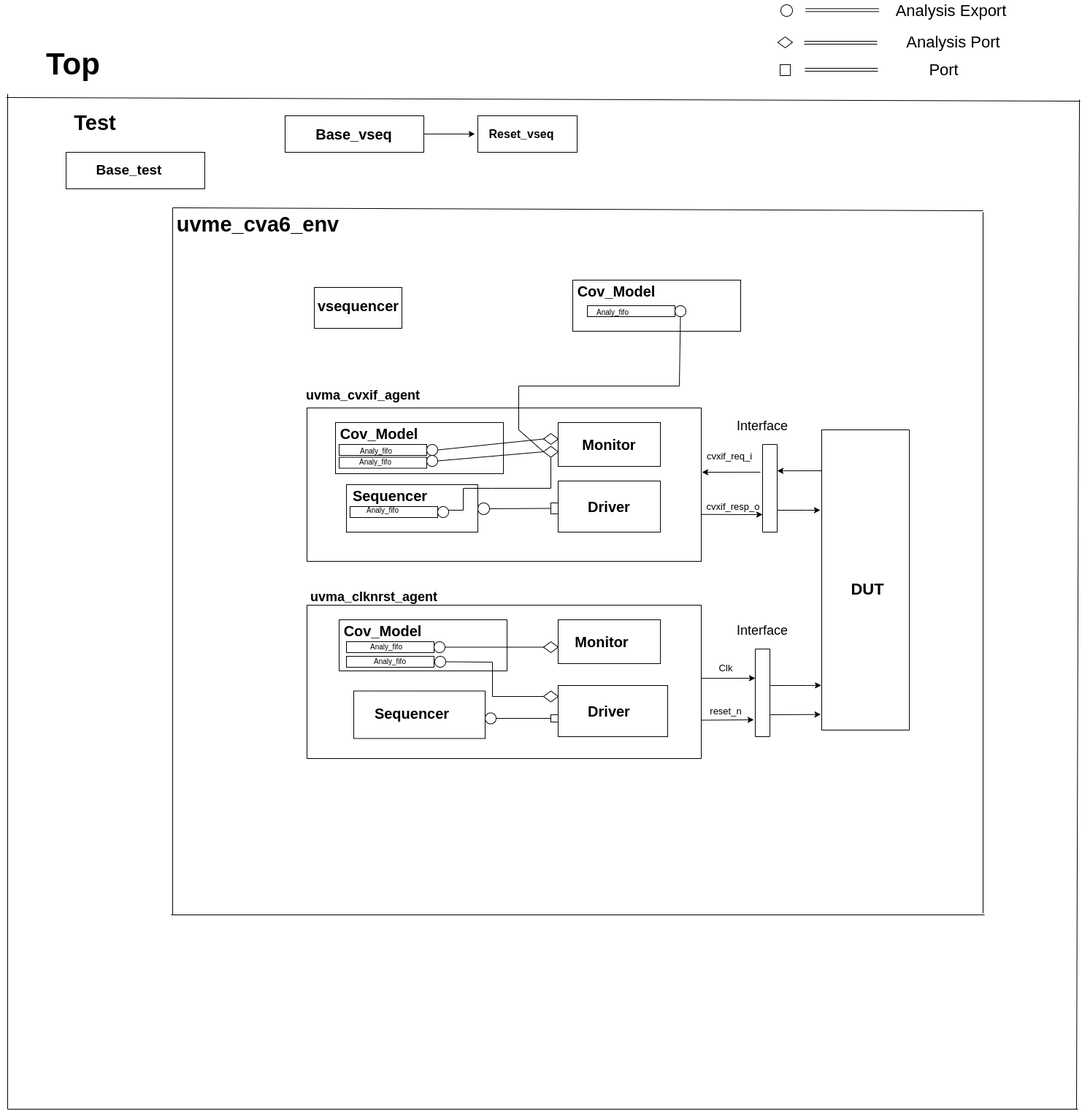
Above: cva6/docs/images/CVA6_env.drawio.drawio.png in openhwgroup/cva6 (draw.io), before the change. Source tidied: cells renumbered, new cells last; positions are measured from the earlier drawing's top-left corner, leaving out a move shared by most shapes.
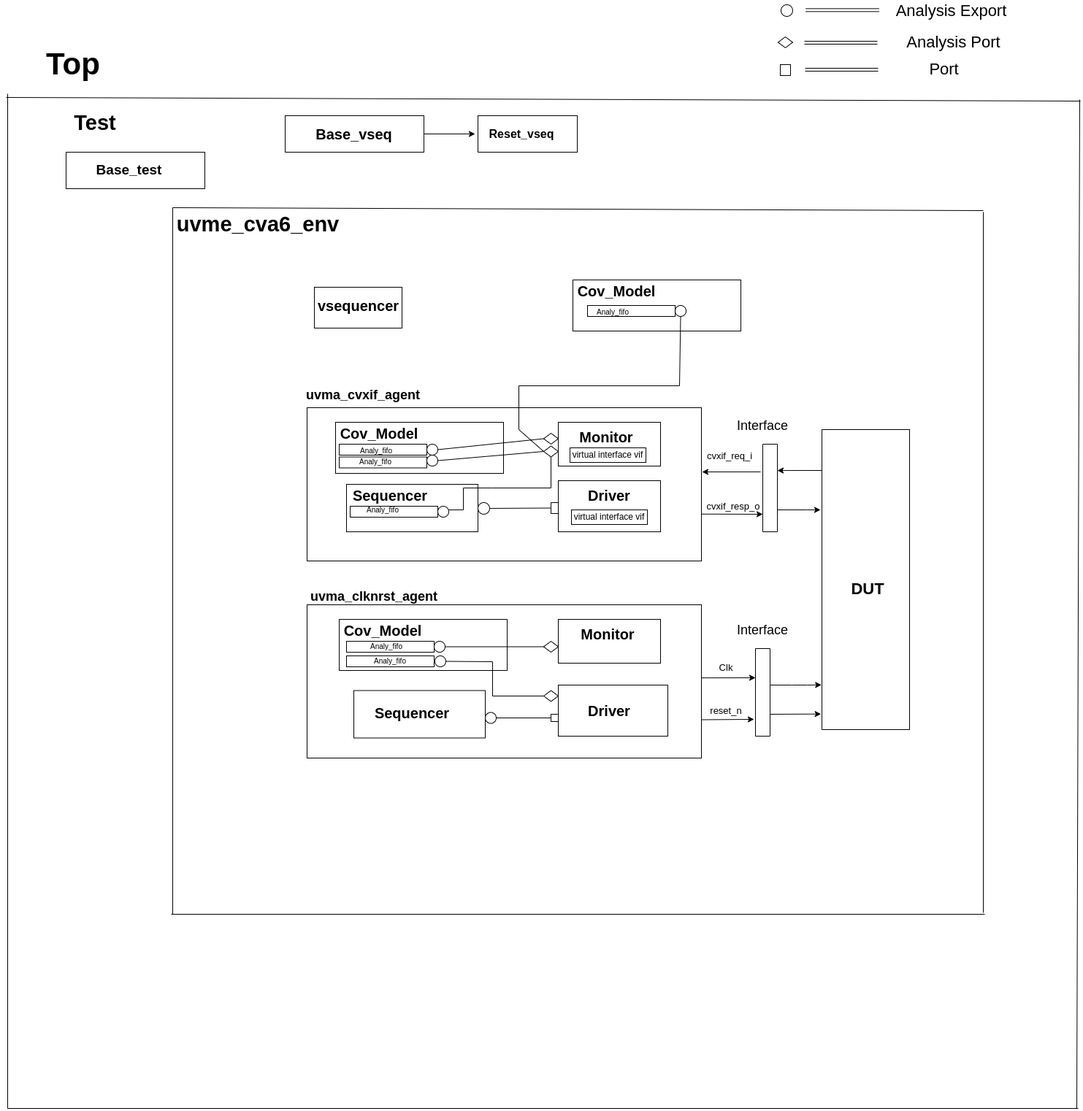
Later version of the same file.

Commit message:
Documentation for the UVM_Verification Environment for CVA6 core.

Diff of the diagram source:
```diff
@@ -80,7 +80,7 @@
       <mxGeometry x="764" y="848" width="140" height="60" as="geometry" />
     </mxCell>
     <mxCell id="22" value="&lt;font style=&quot;font-size: 20px;&quot;&gt;&lt;b&gt;Monitor&lt;/b&gt;&lt;/font&gt;" style="text;html=1;strokeColor=none;fillColor=none;align=center;verticalAlign=middle;whiteSpace=wrap;rounded=0;fontSize=13;" parent="1" vertex="1">
-      <mxGeometry x="794" y="863" width="60" height="30" as="geometry" />
+      <mxGeometry x="802" y="853" width="60" height="30" as="geometry" />
     </mxCell>
     <mxCell id="23" style="rounded=0;whiteSpace=wrap;html=1;fontSize=13;" parent="1" vertex="1">
       <mxGeometry x="764" y="938" width="150" height="70" as="geometry" />
@@ -150,13 +150,13 @@
       <mxGeometry x="764" y="578" width="140" height="60" as="geometry" />
     </mxCell>
     <mxCell id="43" value="&lt;font style=&quot;font-size: 20px;&quot;&gt;&lt;b&gt;Monitor&lt;/b&gt;&lt;/font&gt;" style="text;html=1;strokeColor=none;fillColor=none;align=center;verticalAlign=middle;whiteSpace=wrap;rounded=0;fontSize=13;" parent="1" vertex="1">
-      <mxGeometry x="804" y="593" width="60" height="30" as="geometry" />
+      <mxGeometry x="800" y="583" width="60" height="30" as="geometry" />
     </mxCell>
     <mxCell id="44" style="rounded=0;whiteSpace=wrap;html=1;fontSize=13;" parent="1" vertex="1">
       <mxGeometry x="764" y="658" width="140" height="70" as="geometry" />
     </mxCell>
     <mxCell id="45" value="&lt;font style=&quot;font-size: 20px;&quot;&gt;&lt;b&gt;Driver&lt;/b&gt;&lt;/font&gt;" style="text;html=1;strokeColor=none;fillColor=none;align=center;verticalAlign=middle;whiteSpace=wrap;rounded=0;fontSize=13;" parent="1" vertex="1">
-      <mxGeometry x="794" y="678" width="80" height="30" as="geometry" />
+      <mxGeometry x="794" y="663" width="80" height="30" as="geometry" />
     </mxCell>
     <mxCell id="46" style="rounded=0;whiteSpace=wrap;html=1;fontSize=20;" parent="1" vertex="1">
       <mxGeometry x="474" y="663" width="180" height="65" as="geometry" />
@@ -399,5 +399,11 @@
         <mxPoint x="1064" y="644.1" as="targetPoint" />
       </mxGeometry>
     </mxCell>
+    <mxCell id="108" value="virtual interface vif" style="rounded=0;whiteSpace=wrap;html=1;" parent="1" vertex="1">
+      <mxGeometry x="780" y="613" width="104" height="20" as="geometry" />
+    </mxCell>
+    <mxCell id="109" value="virtual interface vif" style="rounded=0;whiteSpace=wrap;html=1;" parent="1" vertex="1">
+      <mxGeometry x="782" y="698" width="104" height="20" as="geometry" />
+    </mxCell>
   </root>
 </mxGraphModel>
```
